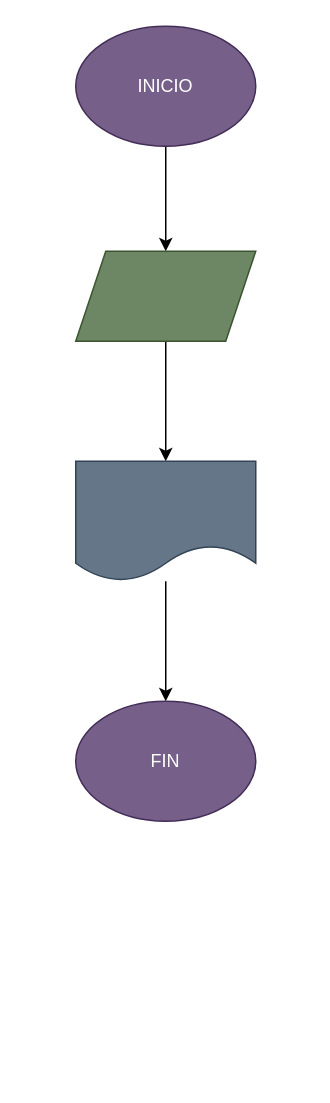
The draw.io diagram diagrama.drawio in fsadriann/invertir_numero_4digitos, before the edit. Source tidied: cells renumbered, new cells numbered last; positions are measured from the earlier drawing's top-left corner, leaving out a move shared by most shapes. Both pictures are drawn from the tidied source at 150%, with x=0, y=0 at pixel (75, 26).
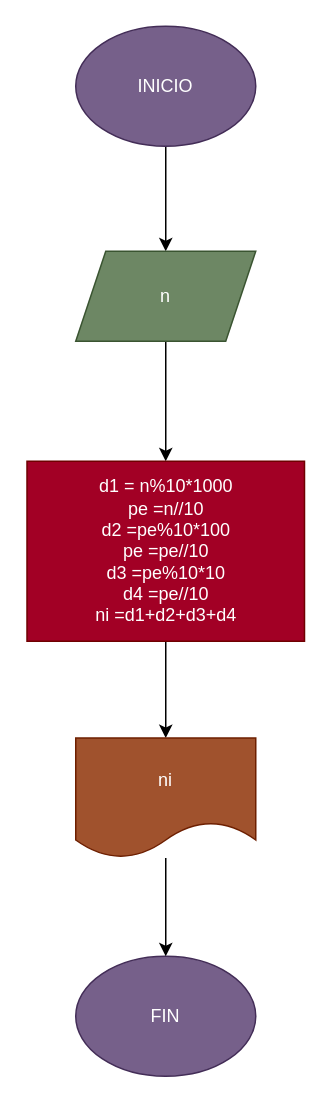
The same page after the edit.

Commit message (it also covers changes not shown here):
se creó y se añadió el diagrama de flujo

What changed in the source:
```diff
@@
 <mxGraphModel>
   <root>
     <mxCell id="0" />
     <mxCell id="1" parent="0" />
     <mxCell id="2" style="edgeStyle=none;html=1;" parent="1" edge="1" source="3" target="5">
       <mxGeometry relative="1" as="geometry" />
     </mxCell>
     <mxCell id="3" value="INICIO" style="ellipse;whiteSpace=wrap;html=1;fillColor=#76608a;fontColor=#ffffff;strokeColor=#432D57;" parent="1" vertex="1">
       <mxGeometry width="120" height="80" as="geometry" />
     </mxCell>
-    <mxCell id="4" style="edgeStyle=none;html=1;" parent="1" edge="1" source="5" target="7">
-      <mxGeometry relative="1" as="geometry" />
-    </mxCell>
+    <mxCell id="9" style="edgeStyle=none;html=1;" parent="1" edge="1" source="5" target="11">
+      <mxGeometry relative="1" as="geometry" />
+    </mxCell>
-    <mxCell id="5" style="shape=parallelogram;perimeter=parallelogramPerimeter;whiteSpace=wrap;html=1;fixedSize=1;fillColor=#6d8764;fontColor=#ffffff;strokeColor=#3A5431;" parent="1" vertex="1">
+    <mxCell id="5" value="n" style="shape=parallelogram;perimeter=parallelogramPerimeter;whiteSpace=wrap;html=1;fixedSize=1;fillColor=#6d8764;fontColor=#ffffff;strokeColor=#3A5431;" parent="1" vertex="1">
       <mxGeometry y="150" width="120" height="60" as="geometry" />
     </mxCell>
-    <mxCell id="6" style="edgeStyle=none;html=1;" parent="1" edge="1" source="7" target="8">
-      <mxGeometry relative="1" as="geometry" />
-    </mxCell>
-    <mxCell id="7" style="shape=document;whiteSpace=wrap;html=1;boundedLbl=1;fillColor=#647687;fontColor=#ffffff;strokeColor=#314354;" parent="1" vertex="1">
-      <mxGeometry y="290" width="120" height="80" as="geometry" />
-    </mxCell>
     <mxCell id="8" value="FIN" style="ellipse;whiteSpace=wrap;html=1;fillColor=#76608a;fontColor=#ffffff;strokeColor=#432D57;" parent="1" vertex="1">
-      <mxGeometry y="450" width="120" height="80" as="geometry" />
+      <mxGeometry y="620" width="120" height="80" as="geometry" />
     </mxCell>
+    <mxCell id="10" style="edgeStyle=none;html=1;" parent="1" edge="1" source="11" target="13">
+      <mxGeometry relative="1" as="geometry" />
+    </mxCell>
+    <mxCell id="11" value="&lt;div&gt;d1 = n%10*1000&lt;/div&gt;&lt;div&gt;pe =n//10&lt;/div&gt;&lt;div&gt;d2 =pe%10*100&lt;/div&gt;&lt;div&gt;pe =pe//10&lt;/div&gt;&lt;div&gt;d3 =pe%10*10&lt;/div&gt;&lt;div&gt;d4 =pe//10&lt;/div&gt;&lt;div&gt;ni =d1+d2+d3+d4&lt;/div&gt;" style="whiteSpace=wrap;html=1;fillColor=#a20025;strokeColor=#6F0000;fontColor=#ffffff;" parent="1" vertex="1">
+      <mxGeometry x="-32.5" y="290" width="185" height="120" as="geometry" />
+    </mxCell>
+    <mxCell id="12" style="edgeStyle=none;html=1;" parent="1" edge="1" source="13" target="8">
+      <mxGeometry relative="1" as="geometry" />
+    </mxCell>
+    <mxCell id="13" value="ni" style="shape=document;whiteSpace=wrap;html=1;boundedLbl=1;fillColor=#a0522d;fontColor=#ffffff;strokeColor=#6D1F00;" parent="1" vertex="1">
+      <mxGeometry y="474.5" width="120" height="80" as="geometry" />
+    </mxCell>
   </root>
 </mxGraphModel>
```
